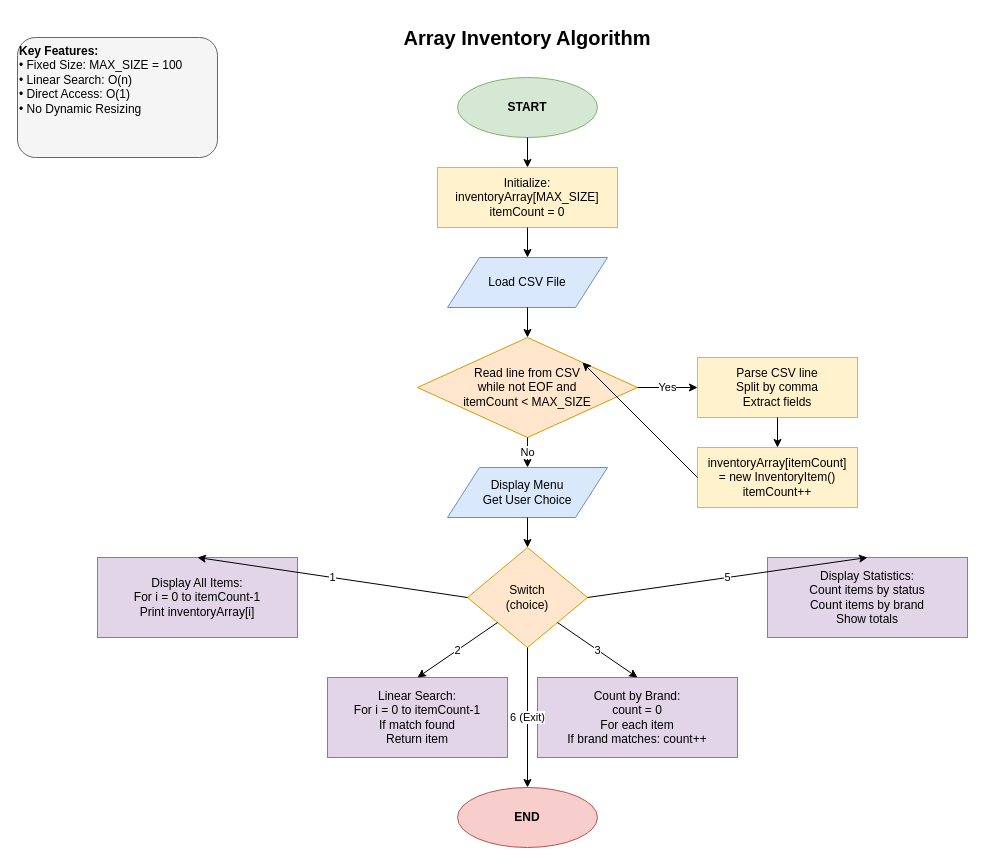
Above: page "1. Array Inventory" (1 of 5) of InventoryAlgorithms.drawio in SeanLukeGimena/ms1-motorph-inventory-data-structures (draw.io), before the change. Source tidied: cells renumbered, new cells numbered last; positions are measured from the earlier drawing's top-left corner, leaving out a move shared by most shapes. Both pictures are drawn from the tidied source at 100%, with x=0, y=0 at pixel (17, 17).
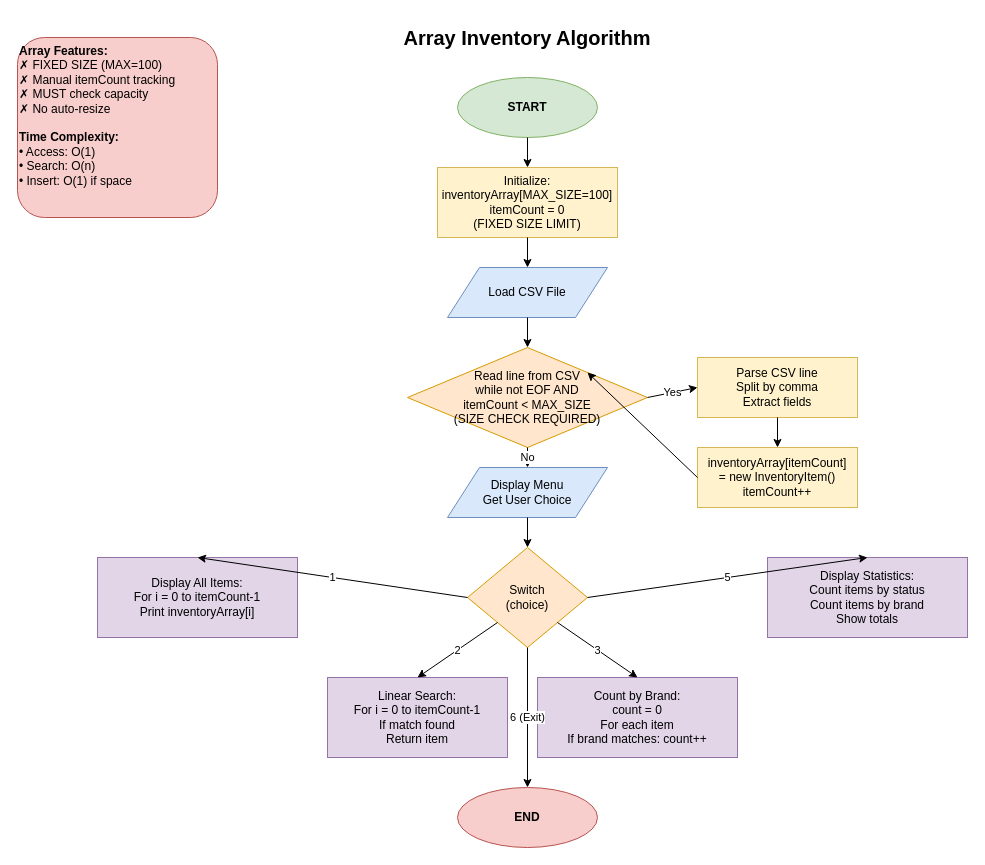
The same diagram, later.

Commit message (it also covers changes not shown here):
Enhance InventoryAlgorithms.drawio to emphasize Array vs ArrayList differences

Diff of the diagram source:
```diff
@@
-    <mxCell id="4" value="Initialize:&lt;br&gt;inventoryArray[MAX_SIZE]&lt;br&gt;itemCount = 0" style="rounded=0;whiteSpace=wrap;html=1;fillColor=#fff2cc;strokeColor=#d6b656;" parent="1" vertex="1">
-      <mxGeometry x="420" y="150" width="180" height="60" as="geometry" />
+    <mxCell id="4" value="Initialize:&lt;br&gt;inventoryArray[MAX_SIZE=100]&lt;br&gt;itemCount = 0&lt;br&gt;(FIXED SIZE LIMIT)" style="rounded=0;whiteSpace=wrap;html=1;fillColor=#fff2cc;strokeColor=#d6b656;" parent="1" vertex="1">
+      <mxGeometry x="420" y="150" width="180" height="70" as="geometry" />
     </mxCell>
     <mxCell id="5" value="Load CSV File" style="shape=parallelogram;perimeter=parallelogramPerimeter;whiteSpace=wrap;html=1;fillColor=#dae8fc;strokeColor=#6c8ebf;" parent="1" vertex="1">
-      <mxGeometry x="430" y="240" width="160" height="50" as="geometry" />
+      <mxGeometry x="430" y="250" width="160" height="50" as="geometry" />
     </mxCell>
-    <mxCell id="6" value="Read line from CSV&lt;br&gt;while not EOF and&lt;br&gt;itemCount &amp;lt; MAX_SIZE" style="rhombus;whiteSpace=wrap;html=1;fillColor=#ffe6cc;strokeColor=#d79b00;" parent="1" vertex="1">
-      <mxGeometry x="400" y="320" width="220" height="100" as="geometry" />
+    <mxCell id="6" value="Read line from CSV&lt;br&gt;while not EOF AND&lt;br&gt;itemCount &amp;lt; MAX_SIZE&lt;br&gt;(SIZE CHECK REQUIRED)" style="rhombus;whiteSpace=wrap;html=1;fillColor=#ffe6cc;strokeColor=#d79b00;" parent="1" vertex="1">
+      <mxGeometry x="390" y="330" width="240" height="100" as="geometry" />
     </mxCell>
@@
-    <mxCell id="29" value="&lt;b&gt;Key Features:&lt;/b&gt;&lt;br&gt;• Fixed Size: MAX_SIZE = 100&lt;br&gt;• Linear Search: O(n)&lt;br&gt;• Direct Access: O(1)&lt;br&gt;• No Dynamic Resizing" style="rounded=1;whiteSpace=wrap;html=1;fillColor=#f5f5f5;strokeColor=#666666;align=left;verticalAlign=top;" parent="1" vertex="1">
-      <mxGeometry y="20" width="200" height="120" as="geometry" />
+    <mxCell id="29" value="&lt;b&gt;Array Features:&lt;/b&gt;&lt;br&gt;✗ FIXED SIZE (MAX=100)&lt;br&gt;✗ Manual itemCount tracking&lt;br&gt;✗ MUST check capacity&lt;br&gt;✗ No auto-resize&lt;br&gt;&lt;br&gt;&lt;b&gt;Time Complexity:&lt;/b&gt;&lt;br&gt;• Access: O(1)&lt;br&gt;• Search: O(n)&lt;br&gt;• Insert: O(1) if space" style="rounded=1;whiteSpace=wrap;html=1;fillColor=#f8cecc;strokeColor=#b85450;align=left;verticalAlign=top;" parent="1" vertex="1">
+      <mxGeometry y="20" width="200" height="180" as="geometry" />
     </mxCell>
```
